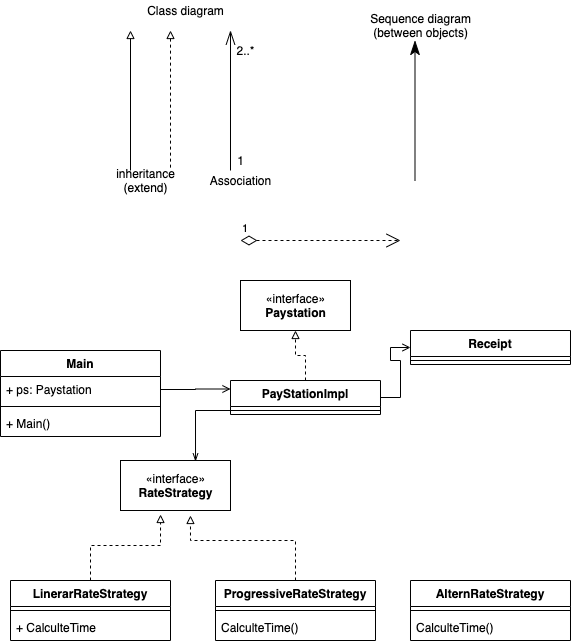
Earlier version of the draw.io export Untitled Diagram.png (domincl/Welcome). Source tidied: cells renumbered, new cells last; positions are measured from the earlier drawing's top-left corner, leaving out a move shared by most shapes.
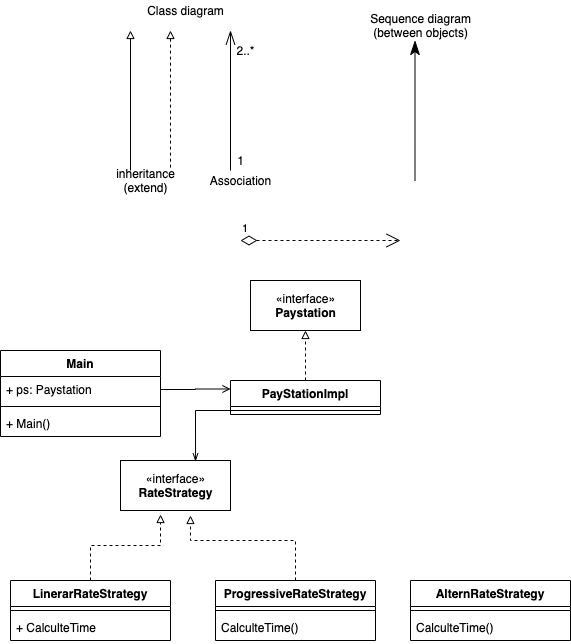
Later version of the same file.

What changed in the source:
```diff
@@ -51,14 +51,11 @@
       </mxGeometry>
     </mxCell>
     <mxCell id="13" value="«interface»&lt;br&gt;&lt;b&gt;Paystation&lt;/b&gt;" style="html=1;" parent="1" vertex="1">
-      <mxGeometry x="240" y="280" width="110" height="50" as="geometry" />
+      <mxGeometry x="250" y="280" width="110" height="50" as="geometry" />
     </mxCell>
     <mxCell id="14" style="edgeStyle=orthogonalEdgeStyle;rounded=0;jettySize=auto;html=1;entryX=0.5;entryY=1;entryDx=0;entryDy=0;dashed=1;startArrow=none;startFill=0;endArrow=block;endFill=0;strokeColor=#000000;" parent="1" edge="1" source="17" target="13">
       <mxGeometry relative="1" as="geometry" />
     </mxCell>
-    <mxCell id="15" style="edgeStyle=orthogonalEdgeStyle;rounded=0;jettySize=auto;html=1;exitX=1;exitY=0.5;exitDx=0;exitDy=0;entryX=0;entryY=0.5;entryDx=0;entryDy=0;startArrow=none;startFill=0;endArrow=open;endFill=0;strokeColor=#000000;" parent="1" edge="1" source="17" target="23">
-      <mxGeometry relative="1" as="geometry" />
-    </mxCell>
     <mxCell id="16" style="edgeStyle=orthogonalEdgeStyle;rounded=0;jettySize=auto;html=1;exitX=1;exitY=0.5;exitDx=0;exitDy=0;entryX=0;entryY=0.25;entryDx=0;entryDy=0;startArrow=none;startFill=0;endArrow=open;endFill=0;strokeColor=#000000;" parent="1" edge="1" source="20" target="17">
       <mxGeometry relative="1" as="geometry" />
     </mxCell>
@@ -80,12 +77,6 @@
     <mxCell id="22" value="+ Main()" style="text;strokeColor=none;fillColor=none;align=left;verticalAlign=top;spacingLeft=4;spacingRight=4;overflow=hidden;" parent="19" vertex="1">
       <mxGeometry y="60" width="160" height="26" as="geometry" />
     </mxCell>
-    <mxCell id="23" value="Receipt" style="swimlane;fontStyle=1;align=center;verticalAlign=top;horizontal=1;startSize=26;" parent="1" vertex="1">
-      <mxGeometry x="410" y="330" width="160" height="34" as="geometry" />
-    </mxCell>
-    <mxCell id="24" style="line;strokeWidth=1;fillColor=none;align=left;verticalAlign=middle;spacingTop=-1;spacingLeft=3;spacingRight=3;labelPosition=right;" parent="23" vertex="1">
-      <mxGeometry y="26" width="160" height="8" as="geometry" />
-    </mxCell>
     <mxCell id="25" value="«interface»&lt;br&gt;&lt;b&gt;RateStrategy&lt;/b&gt;" style="html=1;" parent="1" vertex="1">
       <mxGeometry x="120" y="460" width="110" height="50" as="geometry" />
     </mxCell>
```
